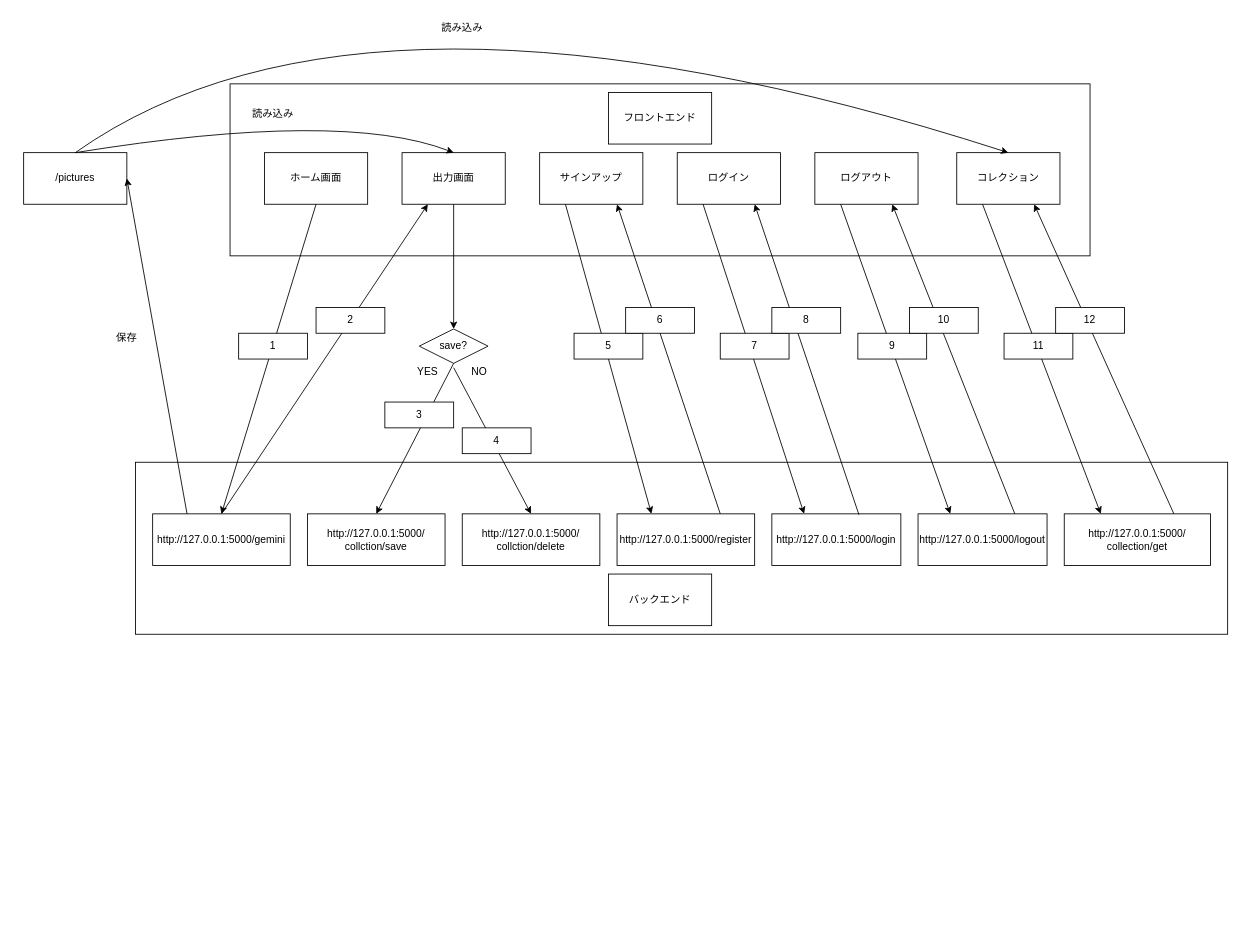
Before: flow.drawio in kc3hack/2025_14, a draw.io diagram. Source tidied: cells renumbered, new cells numbered last; positions are measured from the earlier drawing's top-left corner, leaving out a move shared by most shapes. Both pictures are drawn from the tidied source at 86%, with x=0, y=0 at pixel (23, -54).
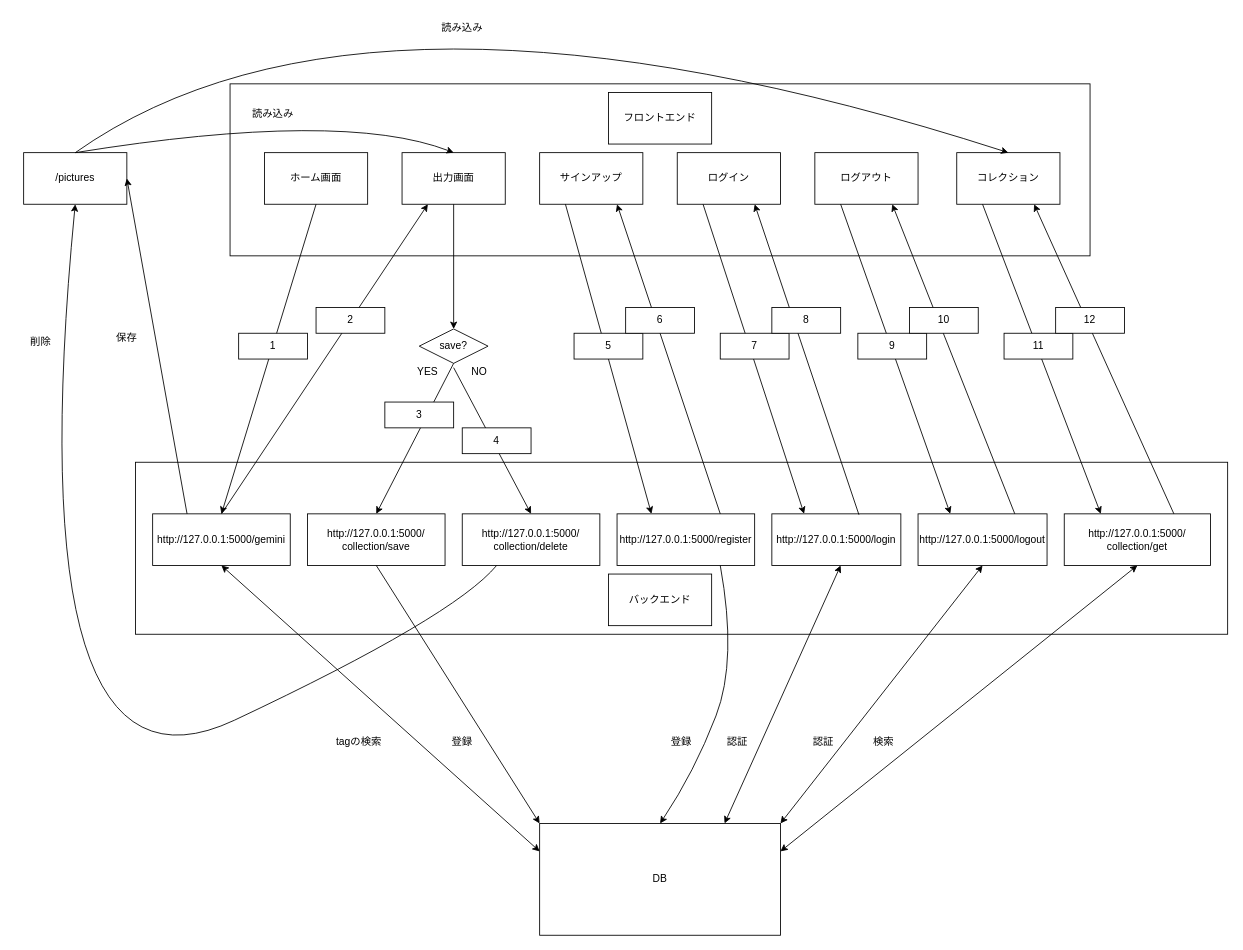
Above is the later version.

The change refers to these unchanged cells:
```xml
<mxCell id="9" value="http://127.0.0.1:5000/&lt;div&gt;collection/get&lt;/div&gt;" style="rounded=0;whiteSpace=wrap;html=1;" parent="1" vertex="1">
  <mxGeometry x="1210" y="660" width="170" height="60" as="geometry" />
</mxCell>
<mxCell id="11" value="http://127.0.0.1:5000/register" style="rounded=0;whiteSpace=wrap;html=1;" parent="1" vertex="1">
  <mxGeometry x="690" y="660" width="160" height="60" as="geometry" />
</mxCell>
<mxCell id="12" value="http://127.0.0.1:5000/gemini" style="rounded=0;whiteSpace=wrap;html=1;" parent="1" vertex="1">
  <mxGeometry x="150" y="660" width="160" height="60" as="geometry" />
</mxCell>
<mxCell id="15" value="http://127.0.0.1:5000/logout" style="rounded=0;whiteSpace=wrap;html=1;" parent="1" vertex="1">
  <mxGeometry x="1040" y="660" width="150" height="60" as="geometry" />
</mxCell>
<mxCell id="47" value="/pictures" style="rounded=0;whiteSpace=wrap;html=1;" parent="1" vertex="1">
  <mxGeometry y="240" width="120" height="60" as="geometry" />
</mxCell>
```

Diff of the diagram source:
```diff
@@
-    <mxCell id="17" value="http://127.0.0.1:5000/&lt;div&gt;collction/save&lt;/div&gt;" style="rounded=0;whiteSpace=wrap;html=1;" parent="1" vertex="1">
+    <mxCell id="17" value="http://127.0.0.1:5000/&lt;div&gt;collection/save&lt;/div&gt;" style="rounded=0;whiteSpace=wrap;html=1;" parent="1" vertex="1">
       <mxGeometry x="330" y="660" width="160" height="60" as="geometry" />
     </mxCell>
-    <mxCell id="18" value="http://127.0.0.1:5000/&lt;div&gt;collction/delete&lt;/div&gt;" style="rounded=0;whiteSpace=wrap;html=1;" parent="1" vertex="1">
+    <mxCell id="18" value="http://127.0.0.1:5000/&lt;div&gt;collection/delete&lt;/div&gt;" style="rounded=0;whiteSpace=wrap;html=1;" parent="1" vertex="1">
       <mxGeometry x="510" y="660" width="160" height="60" as="geometry" />
     </mxCell>
@@
+    <mxCell id="54" value="DB" style="rounded=0;whiteSpace=wrap;html=1;" parent="1" vertex="1">
+      <mxGeometry x="600" y="1020" width="280" height="130" as="geometry" />
+    </mxCell>
+    <mxCell id="55" style="endArrow=classic;html=1;exitX=0.5;exitY=1;exitDx=0;exitDy=0;entryX=0;entryY=0;entryDx=0;entryDy=0;" parent="1" edge="1" source="17" target="54">
+      <mxGeometry relative="1" as="geometry" />
+    </mxCell>
+    <mxCell id="56" style="curved=1;endArrow=classic;html=1;entryX=0.5;entryY=1;entryDx=0;entryDy=0;exitX=0.25;exitY=1;exitDx=0;exitDy=0;" parent="1" edge="1" source="18" target="47">
+      <mxGeometry relative="1" as="geometry">
+        <Array as="points">
+          <mxPoint x="500" y="780" />
+          <mxPoint x="-10" y="1020" />
+        </Array>
+      </mxGeometry>
+    </mxCell>
+    <mxCell id="57" value="削除" style="text;html=1;align=center;verticalAlign=middle;whiteSpace=wrap;rounded=0;" parent="1" vertex="1">
+      <mxGeometry x="-10" y="445" width="60" height="30" as="geometry" />
+    </mxCell>
+    <mxCell id="58" value="登録" style="text;html=1;align=center;verticalAlign=middle;whiteSpace=wrap;rounded=0;" parent="1" vertex="1">
+      <mxGeometry x="480" y="910" width="60" height="30" as="geometry" />
+    </mxCell>
+    <mxCell id="59" style="curved=1;endArrow=classic;html=1;entryX=0.5;entryY=0;entryDx=0;entryDy=0;exitX=0.75;exitY=1;exitDx=0;exitDy=0;" parent="1" edge="1" source="11" target="54">
+      <mxGeometry relative="1" as="geometry">
+        <Array as="points">
+          <mxPoint x="830" y="830" />
+          <mxPoint x="780" y="960" />
+        </Array>
+      </mxGeometry>
+    </mxCell>
+    <mxCell id="60" value="登録" style="text;html=1;align=center;verticalAlign=middle;whiteSpace=wrap;rounded=0;" parent="1" vertex="1">
+      <mxGeometry x="735" y="910" width="60" height="30" as="geometry" />
+    </mxCell>
+    <mxCell id="61" style="endArrow=classic;startArrow=classic;html=1;exitX=0.75;exitY=0;exitDx=0;exitDy=0;entryX=0.5;entryY=1;entryDx=0;entryDy=0;" parent="1" edge="1">
+      <mxGeometry relative="1" as="geometry">
+        <mxPoint x="815" y="1020" as="sourcePoint" />
+        <mxPoint x="950" y="720" as="targetPoint" />
+      </mxGeometry>
+    </mxCell>
+    <mxCell id="62" value="認証" style="text;html=1;align=center;verticalAlign=middle;whiteSpace=wrap;rounded=0;" parent="1" vertex="1">
+      <mxGeometry x="800" y="910" width="60" height="30" as="geometry" />
+    </mxCell>
+    <mxCell id="63" style="endArrow=classic;startArrow=classic;html=1;exitX=1;exitY=0;exitDx=0;exitDy=0;entryX=0.5;entryY=1;entryDx=0;entryDy=0;" parent="1" edge="1" source="54" target="15">
+      <mxGeometry relative="1" as="geometry" />
+    </mxCell>
+    <mxCell id="64" value="認証" style="text;html=1;align=center;verticalAlign=middle;whiteSpace=wrap;rounded=0;" parent="1" vertex="1">
+      <mxGeometry x="900" y="910" width="60" height="30" as="geometry" />
+    </mxCell>
+    <mxCell id="65" style="endArrow=classic;startArrow=classic;html=1;exitX=1;exitY=0.25;exitDx=0;exitDy=0;entryX=0.5;entryY=1;entryDx=0;entryDy=0;" parent="1" edge="1" source="54" target="9">
+      <mxGeometry relative="1" as="geometry" />
+    </mxCell>
+    <mxCell id="66" value="検索" style="text;html=1;align=center;verticalAlign=middle;whiteSpace=wrap;rounded=0;" parent="1" vertex="1">
+      <mxGeometry x="970" y="910" width="60" height="30" as="geometry" />
+    </mxCell>
+    <mxCell id="67" style="endArrow=classic;startArrow=classic;html=1;exitX=0.5;exitY=1;exitDx=0;exitDy=0;entryX=0;entryY=0.25;entryDx=0;entryDy=0;" parent="1" edge="1" source="12" target="54">
+      <mxGeometry relative="1" as="geometry" />
+    </mxCell>
+    <mxCell id="68" value="tagの検索" style="text;html=1;align=center;verticalAlign=middle;whiteSpace=wrap;rounded=0;" parent="1" vertex="1">
+      <mxGeometry x="360" y="910" width="60" height="30" as="geometry" />
+    </mxCell>
```
